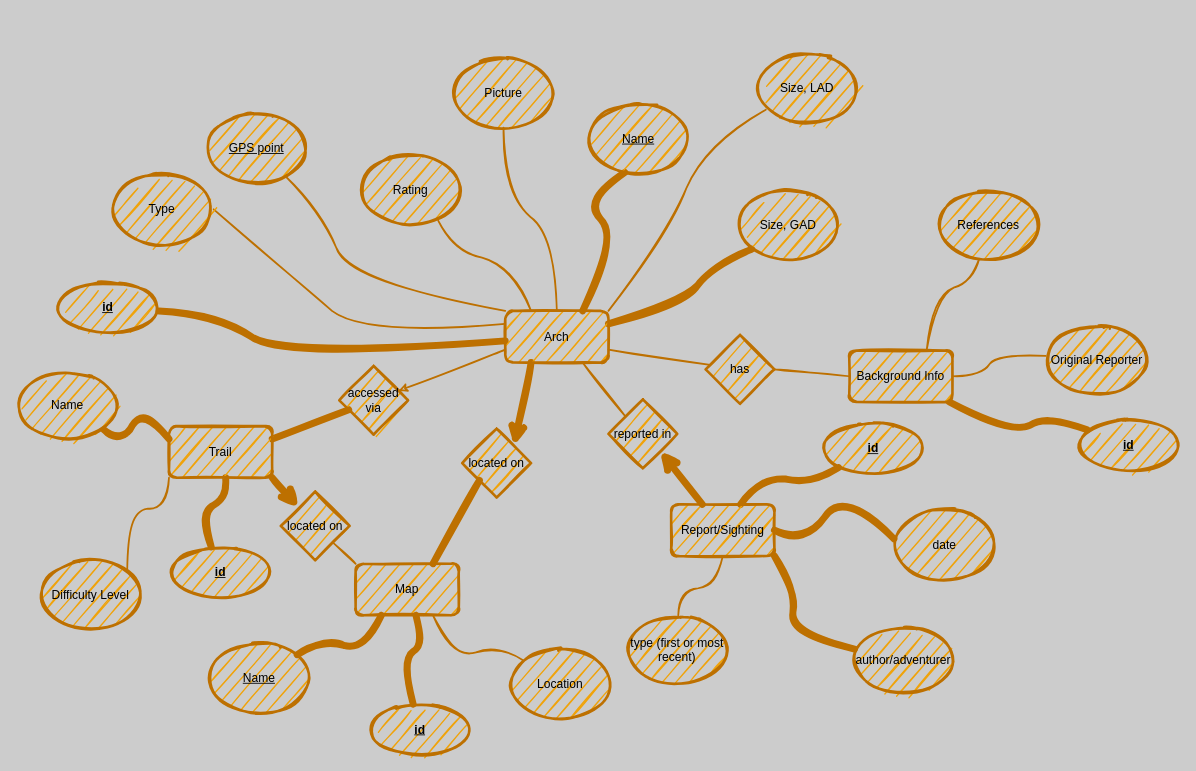
This is arches.drawio from Sheilabob/ArchesSQL, a draw.io file, before an edit. Source tidied: cells renumbered, new cells numbered last; positions are measured from the earlier drawing's top-left corner, leaving out a move shared by most shapes. Both pictures are drawn from the tidied source at 86%, with x=0, y=0 at pixel (15, 53).
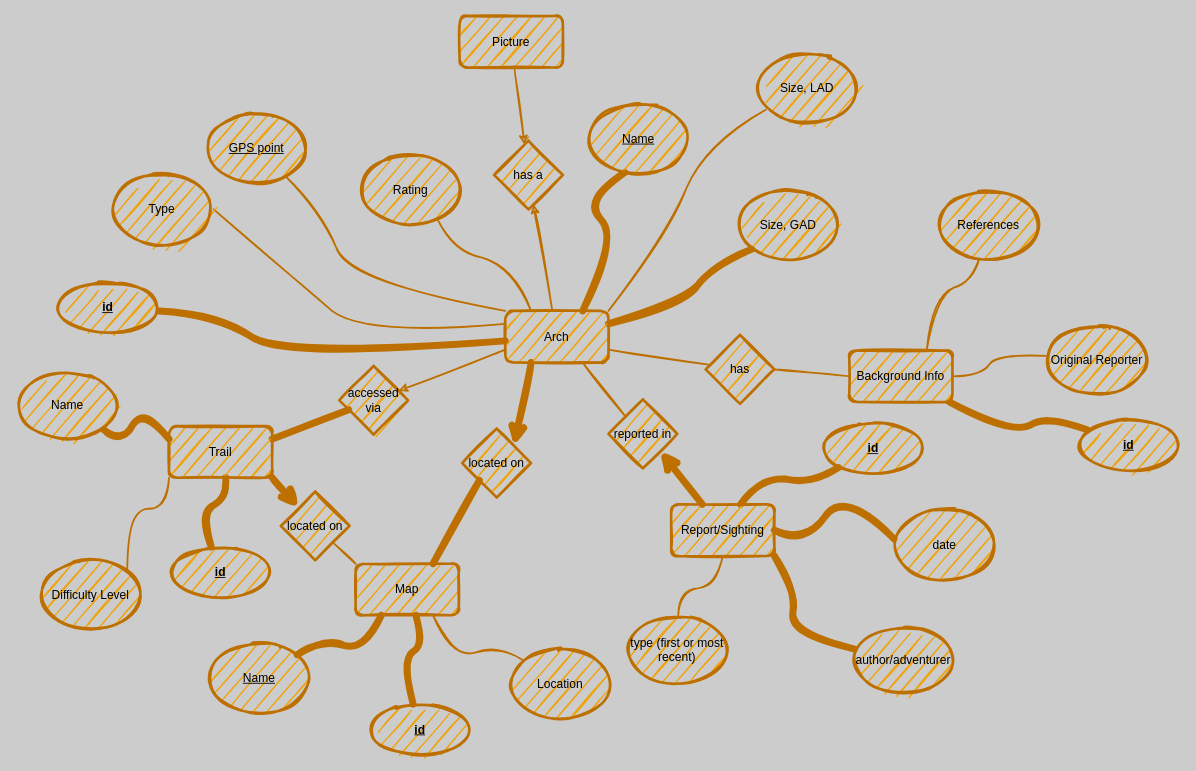
The same diagram, later.

Commit message:
added one to one relationship

The change refers to these unchanged cells:
```xml
<mxCell id="14" value="Arch" style="rounded=1;whiteSpace=wrap;html=1;fillColor=#f0a30a;strokeColor=#BD7000;strokeWidth=3;comic=0;sketch=1;fontSize=14;fontColor=#000000;" parent="1" vertex="1">
  <mxGeometry x="569" y="299" width="120" height="60" as="geometry" />
</mxCell>
```

The edit, as a diff of the source:
```diff
@@
-    <mxCell id="5" style="edgeStyle=none;html=1;exitX=0.5;exitY=0;exitDx=0;exitDy=0;entryX=0.5;entryY=1;entryDx=0;entryDy=0;fillColor=#f0a30a;strokeColor=#BD7000;strokeWidth=2;comic=0;sketch=1;fontSize=14;fontColor=#000000;endArrow=none;endFill=0;curved=1;" parent="1" edge="1" source="14" target="54">
-      <mxGeometry relative="1" as="geometry">
-        <Array as="points">
-          <mxPoint x="629" y="214" />
-          <mxPoint x="567" y="165" />
-        </Array>
-      </mxGeometry>
-    </mxCell>
@@
-    <mxCell id="54" value="Picture" style="ellipse;whiteSpace=wrap;html=1;fillColor=#f0a30a;strokeColor=#BD7000;strokeWidth=3;comic=0;sketch=1;fontSize=14;fontColor=#000000;" parent="1" vertex="1">
-      <mxGeometry x="507" y="6" width="120" height="80" as="geometry" />
-    </mxCell>
@@
+    <mxCell id="64" style="edgeStyle=none;curved=1;comic=0;sketch=1;html=1;fontSize=14;fontColor=#000000;startArrow=classic;startFill=1;endArrow=none;endFill=0;strokeColor=#BD7000;strokeWidth=2;" parent="1" edge="1" source="65" target="14">
+      <mxGeometry relative="1" as="geometry" />
+    </mxCell>
+    <mxCell id="65" value="has a" style="rhombus;whiteSpace=wrap;html=1;fillColor=#f0a30a;strokeColor=#BD7000;strokeWidth=3;comic=0;sketch=1;fontSize=14;fontColor=#000000;" parent="1" vertex="1">
+      <mxGeometry x="556" y="101" width="80" height="80" as="geometry" />
+    </mxCell>
+    <mxCell id="66" style="edgeStyle=none;curved=1;comic=0;sketch=1;html=1;fontSize=14;fontColor=#000000;startArrow=none;startFill=0;endArrow=classic;endFill=1;strokeColor=#BD7000;strokeWidth=2;" parent="1" edge="1" source="54" target="65">
+      <mxGeometry relative="1" as="geometry" />
+    </mxCell>
+    <mxCell id="54" value="Picture" style="rounded=1;whiteSpace=wrap;html=1;fillColor=#f0a30a;strokeColor=#BD7000;strokeWidth=3;comic=0;sketch=1;fontSize=14;fontColor=#000000;" parent="1" vertex="1">
+      <mxGeometry x="516" y="-44" width="120" height="60" as="geometry" />
+    </mxCell>
```
